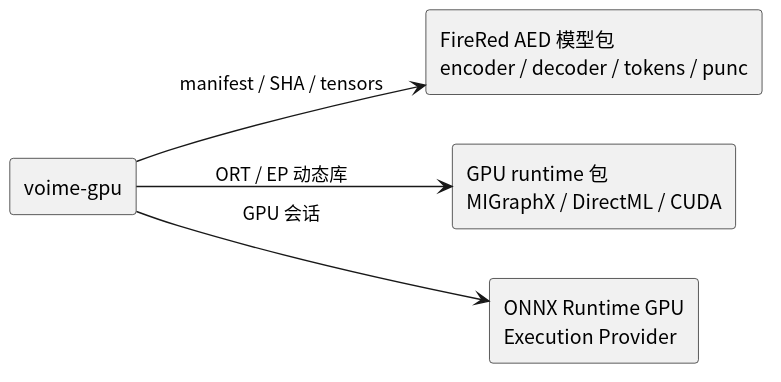
Before: crates/voime-gpu/diagram/provider-map.svg, a diagram exported from PlantUML (54m43lJ/voime). Its diagram source:
```plantuml
@startuml
skinparam defaultFontName "Noto Sans CJK SC"
skinparam shadowing false
skinparam componentStyle rectangle
left to right direction

component "voime-gpu" as Worker
component "FireRed AED 模型包\nencoder / decoder / tokens / punc" as Model
component "GPU runtime 包\nMIGraphX / DirectML / CUDA" as Runtime
component "ONNX Runtime GPU\nExecution Provider" as Ort

Worker --> Model : manifest / SHA / tensors
Worker --> Runtime : ORT / EP 动态库
Worker --> Ort : GPU 会话
@enduml
```
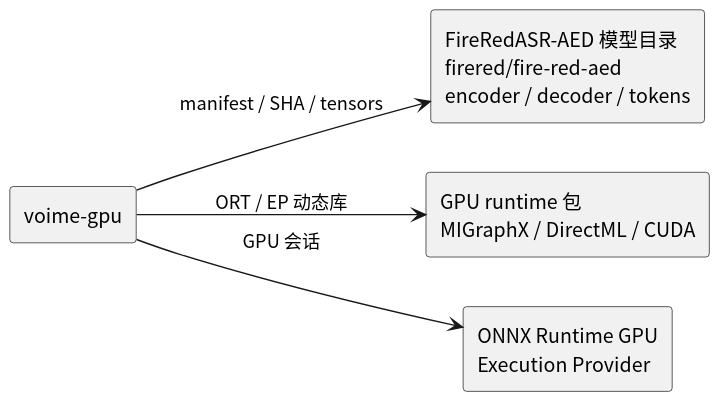
The same file after the commit.

The edit, as a diff of the source:
```diff
@@ -5,7 +5,7 @@
 left to right direction
 
 component "voime-gpu" as Worker
-component "FireRed AED 模型包\nencoder / decoder / tokens / punc" as Model
+component "FireRedASR-AED 模型目录\nfirered/fire-red-aed\nencoder / decoder / tokens" as Model
 component "GPU runtime 包\nMIGraphX / DirectML / CUDA" as Runtime
 component "ONNX Runtime GPU\nExecution Provider" as Ort
 
```
